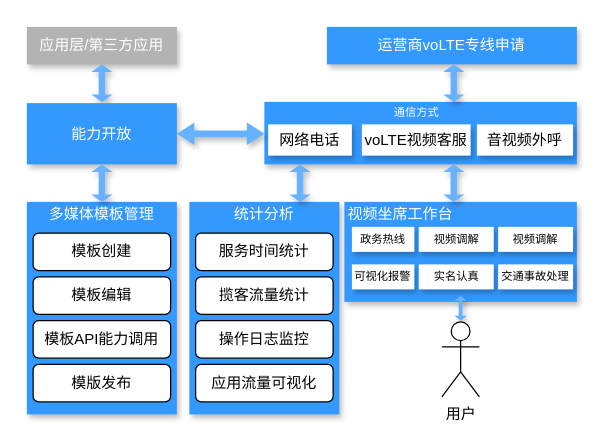
Before: 5G视频产品客服/建设方案[voLTE多媒体通信].drawio in the-didi/drawio-repository, a draw.io diagram. Source tidied: cells renumbered, new cells numbered last; positions are measured from the earlier drawing's top-left corner, leaving out a move shared by most shapes. Both pictures are drawn from the tidied source at 125%, with x=0, y=0 at pixel (26, 26).
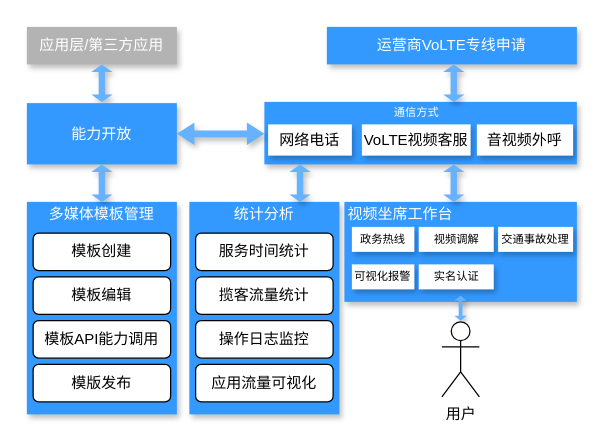
After the change.

Commit message:
Update 建设方案[voLTE多媒体通信].drawio

Change to the diagram source:
```diff
@@
-    <mxCell id="3" value="运营商voLTE专线申请" style="rounded=0;whiteSpace=wrap;html=1;shadow=1;glass=0;strokeColor=none;absoluteArcSize=0;fillColor=#3399FF;fontColor=#FFFFFF;" parent="1" vertex="1">
+    <mxCell id="3" value="运营商VoLTE专线申请" style="rounded=0;whiteSpace=wrap;html=1;shadow=1;glass=0;strokeColor=none;absoluteArcSize=0;fillColor=#3399FF;fontColor=#FFFFFF;" parent="1" vertex="1">
       <mxGeometry x="240" width="200" height="30" as="geometry" />
     </mxCell>
@@
-    <mxCell id="5" value="voLTE视频客服" style="rounded=0;whiteSpace=wrap;html=1;strokeColor=none;shadow=1;" parent="1" vertex="1">
+    <mxCell id="5" value="VoLTE视频客服" style="rounded=0;whiteSpace=wrap;html=1;strokeColor=none;shadow=1;" parent="1" vertex="1">
       <mxGeometry x="268" y="78" width="87" height="25" as="geometry" />
     </mxCell>
@@
-    <mxCell id="32" value="视频调解" style="rounded=0;whiteSpace=wrap;html=1;strokeColor=none;shadow=1;fontSize=9;" parent="1" vertex="1">
-      <mxGeometry x="377" y="160" width="60" height="20" as="geometry" />
-    </mxCell>
@@
-    <mxCell id="34" value="实名认真" style="rounded=0;whiteSpace=wrap;html=1;strokeColor=none;shadow=1;fontSize=9;" parent="1" vertex="1">
+    <mxCell id="34" value="实名认证" style="rounded=0;whiteSpace=wrap;html=1;strokeColor=none;shadow=1;fontSize=9;" parent="1" vertex="1">
       <mxGeometry x="313.5" y="190" width="60" height="20" as="geometry" />
     </mxCell>
     <mxCell id="35" value="交通事故处理" style="rounded=0;whiteSpace=wrap;html=1;strokeColor=none;shadow=1;fontSize=9;" parent="1" vertex="1">
-      <mxGeometry x="377" y="190" width="60" height="20" as="geometry" />
+      <mxGeometry x="377" y="160" width="60" height="20" as="geometry" />
     </mxCell>
```
